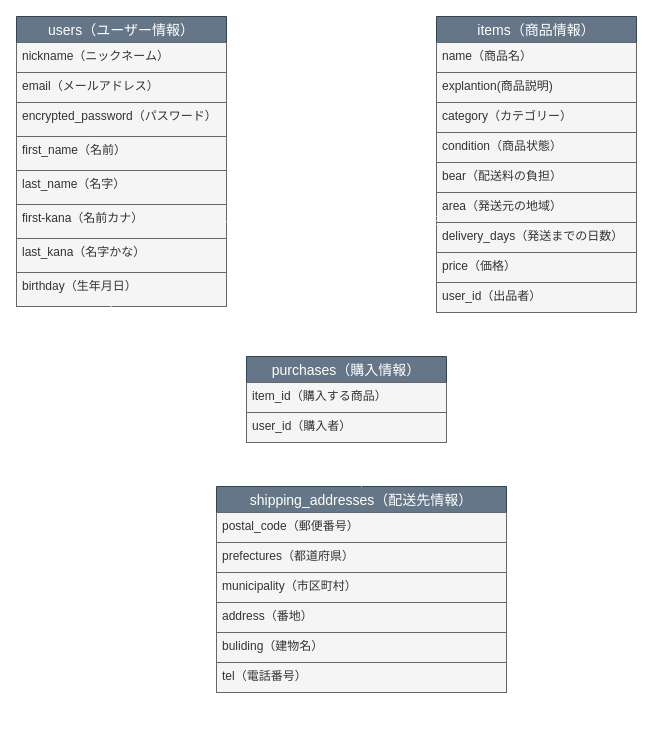
Before: ER.dio in sabinuki198/furima-37908, a draw.io diagram. Source tidied: cells renumbered, new cells numbered last; positions are measured from the earlier drawing's top-left corner, leaving out a move shared by most shapes. Both pictures are drawn from the tidied source at 100%, with x=0, y=0 at pixel (16, 16).
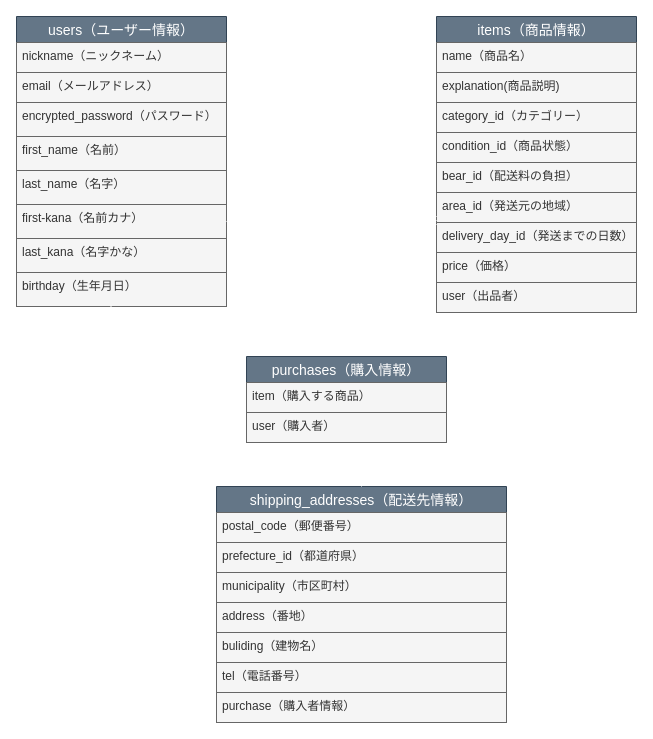
After the change.

Commit message (it also covers changes not shown here):
README再修正、ER図修正

README、カラム名誤字・脱字修正。
一部カラムの制約修正。
ER図、READMEのカラム名修正に伴い記載カラム名を修正。

Unchanged cells that the change refers to:
```xml
<mxCell id="11" value="items（商品情報）" style="swimlane;fontStyle=0;horizontal=1;startSize=26;align=center;fontSize=14;fillColor=#647687;strokeColor=#314354;fontColor=#ffffff;" parent="1" vertex="1">
  <mxGeometry x="420" width="200" height="296" as="geometry" />
</mxCell>
<mxCell id="28" value="purchases（購入情報）" style="swimlane;fontStyle=0;horizontal=1;startSize=26;align=center;fontSize=14;fillColor=#647687;fontColor=#ffffff;strokeColor=#314354;" parent="1" vertex="1">
  <mxGeometry x="230" y="340" width="200" height="86" as="geometry" />
</mxCell>
```

Diff of the diagram source:
```diff
@@
-    <mxCell id="13" value="explantion(商品説明)" style="text;spacingLeft=4;spacingRight=4;overflow=hidden;fontSize=12;fillColor=#f5f5f5;fontColor=#333333;strokeColor=#666666;" parent="11" vertex="1">
+    <mxCell id="13" value="explanation(商品説明)" style="text;spacingLeft=4;spacingRight=4;overflow=hidden;fontSize=12;fillColor=#f5f5f5;fontColor=#333333;strokeColor=#666666;" parent="11" vertex="1">
       <mxGeometry y="56" width="200" height="30" as="geometry" />
     </mxCell>
-    <mxCell id="14" value="category（カテゴリー）" style="text;spacingLeft=4;spacingRight=4;overflow=hidden;fontSize=12;fillColor=#f5f5f5;fontColor=#333333;strokeColor=#666666;" parent="11" vertex="1">
+    <mxCell id="14" value="category_id（カテゴリー）" style="text;spacingLeft=4;spacingRight=4;overflow=hidden;fontSize=12;fillColor=#f5f5f5;fontColor=#333333;strokeColor=#666666;" parent="11" vertex="1">
       <mxGeometry y="86" width="200" height="30" as="geometry" />
     </mxCell>
-    <mxCell id="15" value="condition（商品状態）" style="text;spacingLeft=4;spacingRight=4;overflow=hidden;fontSize=12;fillColor=#f5f5f5;fontColor=#333333;strokeColor=#666666;" parent="11" vertex="1">
+    <mxCell id="15" value="condition_id（商品状態）" style="text;spacingLeft=4;spacingRight=4;overflow=hidden;fontSize=12;fillColor=#f5f5f5;fontColor=#333333;strokeColor=#666666;" parent="11" vertex="1">
       <mxGeometry y="116" width="200" height="30" as="geometry" />
     </mxCell>
-    <mxCell id="16" value="bear（配送料の負担）" style="text;spacingLeft=4;spacingRight=4;overflow=hidden;fontSize=12;fillColor=#f5f5f5;fontColor=#333333;strokeColor=#666666;" parent="11" vertex="1">
+    <mxCell id="16" value="bear_id（配送料の負担）" style="text;spacingLeft=4;spacingRight=4;overflow=hidden;fontSize=12;fillColor=#f5f5f5;fontColor=#333333;strokeColor=#666666;" parent="11" vertex="1">
       <mxGeometry y="146" width="200" height="30" as="geometry" />
     </mxCell>
-    <mxCell id="17" value="area（発送元の地域）" style="text;spacingLeft=4;spacingRight=4;overflow=hidden;fontSize=12;fillColor=#f5f5f5;fontColor=#333333;strokeColor=#666666;" parent="11" vertex="1">
+    <mxCell id="17" value="area_id（発送元の地域）" style="text;spacingLeft=4;spacingRight=4;overflow=hidden;fontSize=12;fillColor=#f5f5f5;fontColor=#333333;strokeColor=#666666;" parent="11" vertex="1">
       <mxGeometry y="176" width="200" height="30" as="geometry" />
     </mxCell>
-    <mxCell id="18" value="delivery_days（発送までの日数）" style="text;spacingLeft=4;spacingRight=4;overflow=hidden;fontSize=12;fillColor=#f5f5f5;fontColor=#333333;strokeColor=#666666;" parent="11" vertex="1">
+    <mxCell id="18" value="delivery_day_id（発送までの日数）" style="text;spacingLeft=4;spacingRight=4;overflow=hidden;fontSize=12;fillColor=#f5f5f5;fontColor=#333333;strokeColor=#666666;" parent="11" vertex="1">
       <mxGeometry y="206" width="200" height="30" as="geometry" />
     </mxCell>
@@
-    <mxCell id="20" value="user_id（出品者）" style="text;spacingLeft=4;spacingRight=4;overflow=hidden;points=[[0,0.5],[1,0.5]];portConstraint=eastwest;fontSize=12;fillColor=#f5f5f5;fontColor=#333333;strokeColor=#666666;" parent="11" vertex="1">
+    <mxCell id="20" value="user（出品者）" style="text;spacingLeft=4;spacingRight=4;overflow=hidden;points=[[0,0.5],[1,0.5]];portConstraint=eastwest;fontSize=12;fillColor=#f5f5f5;fontColor=#333333;strokeColor=#666666;" parent="11" vertex="1">
       <mxGeometry y="266" width="200" height="30" as="geometry" />
     </mxCell>
     <mxCell id="21" value="shipping_addresses（配送先情報）" style="swimlane;fontStyle=0;horizontal=1;startSize=26;align=center;fontSize=14;fillColor=#647687;fontColor=#ffffff;strokeColor=#314354;" parent="1" vertex="1">
-      <mxGeometry x="200" y="470" width="290" height="206" as="geometry" />
+      <mxGeometry x="200" y="470" width="290" height="236" as="geometry" />
     </mxCell>
@@
-    <mxCell id="23" value="prefectures（都道府県）" style="text;spacingLeft=4;spacingRight=4;overflow=hidden;fontSize=12;fillColor=#f5f5f5;fontColor=#333333;strokeColor=#666666;" parent="21" vertex="1">
+    <mxCell id="23" value="prefecture_id（都道府県）" style="text;spacingLeft=4;spacingRight=4;overflow=hidden;fontSize=12;fillColor=#f5f5f5;fontColor=#333333;strokeColor=#666666;" parent="21" vertex="1">
       <mxGeometry y="56" width="290" height="30" as="geometry" />
     </mxCell>
@@
+    <mxCell id="35" value="purchase（購入者情報）" style="text;spacingLeft=4;spacingRight=4;overflow=hidden;fontSize=12;fillColor=#f5f5f5;fontColor=#333333;strokeColor=#666666;" parent="21" vertex="1">
+      <mxGeometry y="206" width="290" height="30" as="geometry" />
+    </mxCell>
@@
-    <mxCell id="29" value="item_id（購入する商品）" style="text;spacingLeft=4;spacingRight=4;overflow=hidden;fontSize=12;fillColor=#f5f5f5;fontColor=#333333;strokeColor=#666666;" parent="28" vertex="1">
+    <mxCell id="29" value="item（購入する商品）" style="text;spacingLeft=4;spacingRight=4;overflow=hidden;fontSize=12;fillColor=#f5f5f5;fontColor=#333333;strokeColor=#666666;" parent="28" vertex="1">
       <mxGeometry y="26" width="200" height="30" as="geometry" />
     </mxCell>
-    <mxCell id="30" value="user_id（購入者）" style="text;spacingLeft=4;spacingRight=4;overflow=hidden;points=[[0,0.5],[1,0.5]];portConstraint=eastwest;fontSize=12;fillColor=#f5f5f5;fontColor=#333333;strokeColor=#666666;" parent="28" vertex="1">
+    <mxCell id="30" value="user（購入者）" style="text;spacingLeft=4;spacingRight=4;overflow=hidden;points=[[0,0.5],[1,0.5]];portConstraint=eastwest;fontSize=12;fillColor=#f5f5f5;fontColor=#333333;strokeColor=#666666;" parent="28" vertex="1">
       <mxGeometry y="56" width="200" height="30" as="geometry" />
     </mxCell>
```
